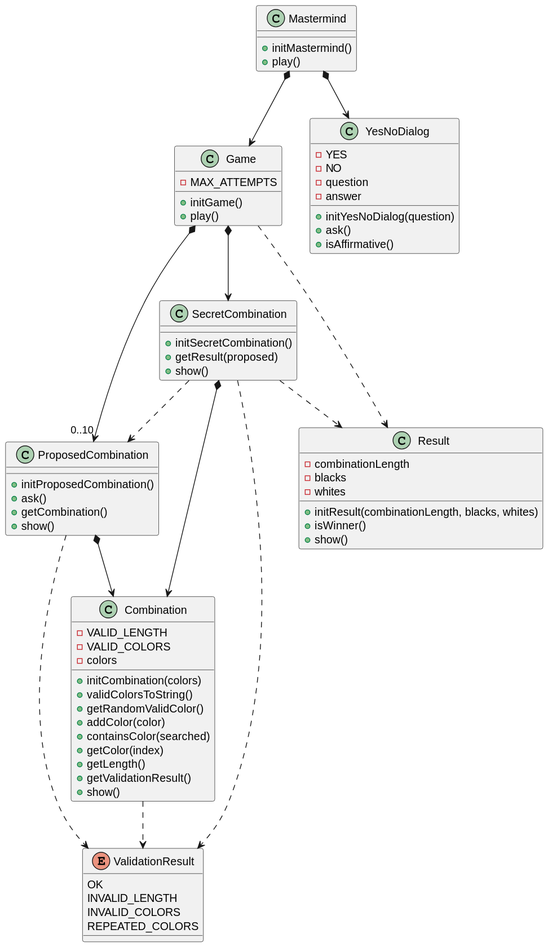
Above: docs/dev-resume/analysis.svg in PabloMartinFluvia/myGame-mastermind (PlantUML), before the change.
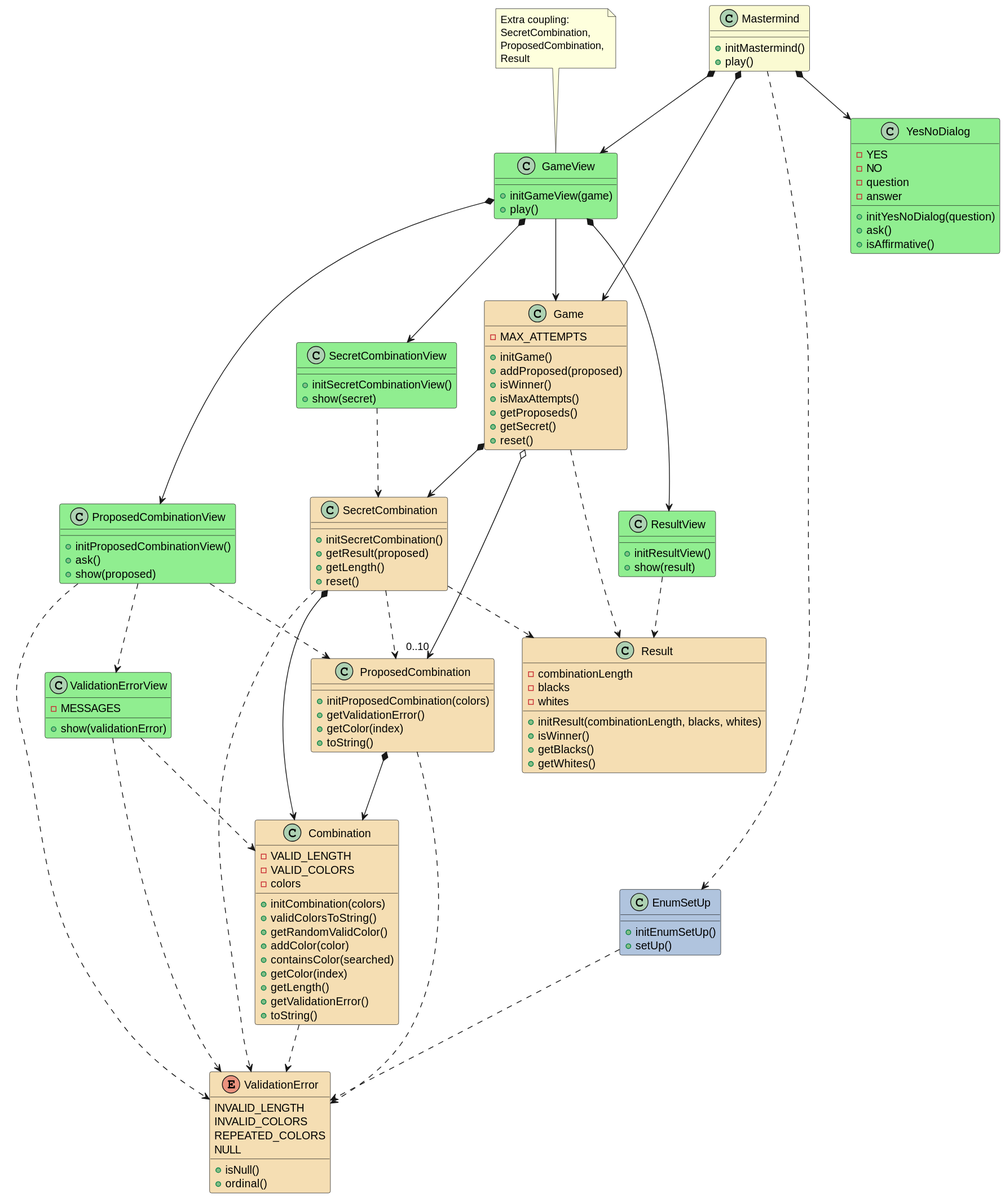
The same file after the commit.

What changed in the source:
```diff
@@ -1,35 +1,93 @@
 @startuml
-class Mastermind{
+class Mastermind #LightGoldenRodYellow {
 
     + initMastermind()
     + play()
 }
 Mastermind *--> Game
+Mastermind *--> GameView
 Mastermind *--> YesNoDialog
+Mastermind ..> EnumSetUp
 
-class Game{
+class GameView #LightGreen {
+
+    + initGameView(game)
+    + play()
+}
+note top
+Extra coupling:
+SecretCombination,
+ProposedCombination,
+Result
+end note
+GameView -down-> Game
+GameView *--> SecretCombinationView
+GameView *--> ProposedCombinationView
+GameView *--> ResultView
+
+
+class SecretCombinationView #LightGreen {
+
+    + initSecretCombinationView()
+    + show(secret)
+}
+SecretCombinationView ..> SecretCombination
+
+class ProposedCombinationView #LightGreen {
+
+    + initProposedCombinationView()
+    + ask()
+    + show(proposed)
+}
+ProposedCombinationView ..> ProposedCombination
+ProposedCombinationView ..> ValidationError
+ProposedCombinationView ..> ValidationErrorView
+
+class ValidationErrorView #LightGreen {
+
+    - MESSAGES
+
+    + show(validationError)
+}
+ValidationErrorView ..> ValidationError
+ValidationErrorView ..> Combination
+
+class ResultView #LightGreen {
+
+    + initResultView()
+    + show(result)
+}
+ResultView ..> Result
+
+class Game #Wheat{
     - MAX_ATTEMPTS
 
     + initGame()
-    + play()
+    + addProposed(proposed)
+    + isWinner()
+    + isMaxAttempts()
+    + getProposeds()
+    + getSecret()
+    + reset()
 }
 Game *--> SecretCombination
-Game *--> "0..10" ProposedCombination
+Game o--> "0..10" ProposedCombination
 Game .down.> Result
 
-class SecretCombination{
+class SecretCombination #Wheat{
 
     + initSecretCombination()
     + getResult(proposed)
-    + show()
+    + getLength()
+    + reset()
 
 }
 SecretCombination *-down-> Combination
 SecretCombination .down.> ProposedCombination
 SecretCombination .down.> Result
-SecretCombination .down.> ValidationResult
+SecretCombination .down.> ValidationError
 
-class Combination{
+class Combination #Wheat{
     - VALID_LENGTH
     - VALID_COLORS
     - colors
@@ -41,39 +99,43 @@
     + containsColor(searched)
     + getColor(index)
     + getLength()
-    + getValidationResult()
-    + show()
+    + getValidationError()
+    + toString()
 }
-Combination .down.> ValidationResult
+Combination .down.> ValidationError
 
-enum ValidationResult{
-    OK
+enum ValidationError #Wheat{
     INVALID_LENGTH
     INVALID_COLORS
     REPEATED_COLORS
+    NULL
+
+    + isNull()
+    + ordinal()
 }
 
-class ProposedCombination{
+class ProposedCombination #Wheat{
 
-    + initProposedCombination()
-    + ask()
-    + getCombination()
-    + show()
+    + initProposedCombination(colors)
+    + getValidationError()
+    + getColor(index)
+    + toString()
 }
 ProposedCombination *-down-> Combination
-ProposedCombination .down.> ValidationResult
+ProposedCombination .down.> ValidationError
 
-class Result{
+class Result #Wheat{
     - combinationLength
     - blacks
     - whites
 
     + initResult(combinationLength, blacks, whites)
     + isWinner()
-    + show()
+    + getBlacks()
+    + getWhites()
 }
 
-class YesNoDialog {
+class YesNoDialog #LightGreen {
     - YES
     - NO
     - question
@@ -83,4 +145,10 @@
     + ask()
     + isAffirmative()
 }
+
+class EnumSetUp #LightSteelBlue {
+    + initEnumSetUp()
+    + setUp()
+}
+EnumSetUp ..> ValidationError
 @enduml
```
